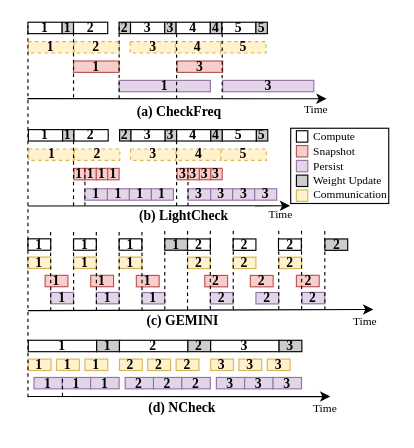
icszhr/NCheck keeps this draw.io diagram as fig/pipeline_mot_new.drawio. Above is the earlier version. Source tidied: cells renumbered, new cells numbered last; positions are measured from the earlier drawing's top-left corner, leaving out a move shared by most shapes. Both pictures are drawn from the tidied source at 114%, with x=0, y=0 at pixel (27, 22).
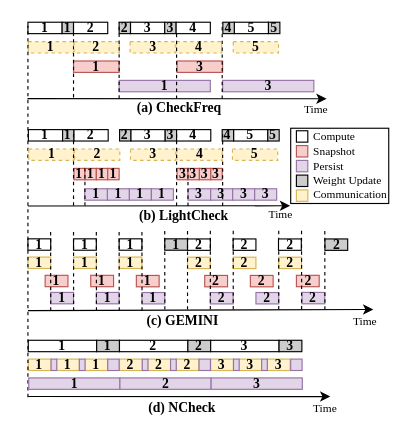
After the change.

Diff of the diagram source:
```diff
@@
     <mxCell id="2" value="4" style="whiteSpace=wrap;fillColor=#fff2cc;fontSize=12;fontFamily=Times New Roman;fontStyle=1;spacing=0;strokeColor=#d6b656;dashed=1;" parent="1" vertex="1">
-      <mxGeometry x="129.3" y="17" width="39.7" height="10" as="geometry" />
+      <mxGeometry x="130.3" y="17" width="39.7" height="10" as="geometry" />
     </mxCell>
@@
     <mxCell id="19" value="&lt;b&gt;(a) CheckFreq&lt;/b&gt;" style="text;html=1;align=center;verticalAlign=middle;whiteSpace=wrap;rounded=0;fontFamily=Times New Roman;fontSize=12;fontStyle=0;labelPosition=center;verticalLabelPosition=middle;spacing=0;" parent="1" vertex="1">
-      <mxGeometry x="80" y="64.2" width="106.3" height="30" as="geometry" />
+      <mxGeometry x="80" y="60.2" width="106.3" height="30" as="geometry" />
     </mxCell>
@@
-    <mxCell id="73" value="1" style="whiteSpace=wrap;fillColor=#e1d5e7;fontSize=12;fontFamily=Times New Roman;fontStyle=1;labelPosition=center;verticalLabelPosition=middle;align=center;verticalAlign=middle;spacing=0;strokeColor=#9673a6;" parent="1" vertex="1">
-      <mxGeometry x="5.3" y="311.6" width="25" height="10" as="geometry" />
-    </mxCell>
-    <mxCell id="74" value="1" style="whiteSpace=wrap;fillColor=#e1d5e7;fontSize=12;fontFamily=Times New Roman;fontStyle=1;labelPosition=center;verticalLabelPosition=middle;align=center;verticalAlign=middle;spacing=0;strokeColor=#9673a6;" parent="1" vertex="1">
-      <mxGeometry x="30.1" y="311.6" width="25" height="10" as="geometry" />
-    </mxCell>
-    <mxCell id="75" value="1" style="whiteSpace=wrap;fillColor=#e1d5e7;fontSize=12;fontFamily=Times New Roman;fontStyle=1;labelPosition=center;verticalLabelPosition=middle;align=center;verticalAlign=middle;spacing=0;strokeColor=#9673a6;" parent="1" vertex="1">
-      <mxGeometry x="55" y="311.6" width="25" height="10" as="geometry" />
-    </mxCell>
-    <mxCell id="76" style="endArrow=none;html=1;rounded=0;dashed=1;" parent="1" edge="1">
-      <mxGeometry relative="1" as="geometry">
-        <mxPoint x="30.3" y="328" as="sourcePoint" />
-        <mxPoint x="30.3" y="311" as="targetPoint" />
-      </mxGeometry>
-    </mxCell>
@@
-    <mxCell id="81" value="2" style="whiteSpace=wrap;fillColor=#e1d5e7;fontSize=12;fontFamily=Times New Roman;fontStyle=1;labelPosition=center;verticalLabelPosition=middle;align=center;verticalAlign=middle;spacing=0;strokeColor=#9673a6;" parent="1" vertex="1">
-      <mxGeometry x="85.3" y="311.6" width="25" height="10" as="geometry" />
-    </mxCell>
-    <mxCell id="82" value="2" style="whiteSpace=wrap;fillColor=#e1d5e7;fontSize=12;fontFamily=Times New Roman;fontStyle=1;labelPosition=center;verticalLabelPosition=middle;align=center;verticalAlign=middle;spacing=0;strokeColor=#9673a6;" parent="1" vertex="1">
-      <mxGeometry x="110.1" y="311.6" width="25" height="10" as="geometry" />
-    </mxCell>
-    <mxCell id="83" value="2" style="whiteSpace=wrap;fillColor=#e1d5e7;fontSize=12;fontFamily=Times New Roman;fontStyle=1;labelPosition=center;verticalLabelPosition=middle;align=center;verticalAlign=middle;spacing=0;strokeColor=#9673a6;" parent="1" vertex="1">
-      <mxGeometry x="135" y="311.6" width="25" height="10" as="geometry" />
-    </mxCell>
@@
-    <mxCell id="88" value="3" style="whiteSpace=wrap;fillColor=#e1d5e7;fontSize=12;fontFamily=Times New Roman;fontStyle=1;labelPosition=center;verticalLabelPosition=middle;align=center;verticalAlign=middle;spacing=0;strokeColor=#9673a6;" parent="1" vertex="1">
-      <mxGeometry x="165.3" y="311.6" width="25" height="10" as="geometry" />
-    </mxCell>
-    <mxCell id="89" value="3" style="whiteSpace=wrap;fillColor=#e1d5e7;fontSize=12;fontFamily=Times New Roman;fontStyle=1;labelPosition=center;verticalLabelPosition=middle;align=center;verticalAlign=middle;spacing=0;strokeColor=#9673a6;" parent="1" vertex="1">
-      <mxGeometry x="190.1" y="311.6" width="25" height="10" as="geometry" />
-    </mxCell>
-    <mxCell id="90" value="3" style="whiteSpace=wrap;fillColor=#e1d5e7;fontSize=12;fontFamily=Times New Roman;fontStyle=1;labelPosition=center;verticalLabelPosition=middle;align=center;verticalAlign=middle;spacing=0;strokeColor=#9673a6;" parent="1" vertex="1">
-      <mxGeometry x="215" y="311.6" width="25" height="10" as="geometry" />
-    </mxCell>
@@
     <mxCell id="100" value="5" style="whiteSpace=wrap;fontFamily=Times New Roman;fontSize=12;fontStyle=1;labelPosition=center;verticalLabelPosition=middle;align=center;verticalAlign=middle;spacing=0;" parent="1" vertex="1">
-      <mxGeometry x="170" width="30" height="10" as="geometry" />
+      <mxGeometry x="181" width="30" height="10" as="geometry" />
     </mxCell>
     <mxCell id="101" value="5" style="whiteSpace=wrap;fontFamily=Times New Roman;fontSize=12;fontStyle=1;labelPosition=center;verticalLabelPosition=middle;align=center;verticalAlign=middle;spacing=0;fillColor=#CCCCCC;" parent="1" vertex="1">
-      <mxGeometry x="200" width="10" height="10" as="geometry" />
+      <mxGeometry x="211" width="10" height="10" as="geometry" />
     </mxCell>
     <mxCell id="102" value="4" style="whiteSpace=wrap;fontSize=12;fontFamily=Times New Roman;fontStyle=1;labelPosition=center;verticalLabelPosition=middle;align=center;verticalAlign=middle;spacing=0;fillColor=#CCCCCC;" parent="1" vertex="1">
-      <mxGeometry x="160" width="10" height="10" as="geometry" />
+      <mxGeometry x="171" width="10" height="10" as="geometry" />
     </mxCell>
@@
     <mxCell id="104" value="5" style="whiteSpace=wrap;fillColor=#fff2cc;fontSize=12;fontFamily=Times New Roman;fontStyle=1;spacing=0;strokeColor=#d6b656;dashed=1;" parent="1" vertex="1">
-      <mxGeometry x="169.1" y="17" width="39.7" height="10" as="geometry" />
+      <mxGeometry x="180.1" y="17" width="39.7" height="10" as="geometry" />
     </mxCell>
     <mxCell id="105" value="4" style="whiteSpace=wrap;fillColor=#fff2cc;fontSize=12;fontFamily=Times New Roman;fontStyle=1;spacing=0;strokeColor=#d6b656;dashed=1;" parent="1" vertex="1">
-      <mxGeometry x="129.7" y="111.2" width="39.7" height="10" as="geometry" />
+      <mxGeometry x="130.7" y="111.2" width="39.7" height="10" as="geometry" />
     </mxCell>
@@
     <mxCell id="118" value="5" style="whiteSpace=wrap;fontFamily=Times New Roman;fontSize=12;fontStyle=1;labelPosition=center;verticalLabelPosition=middle;align=center;verticalAlign=middle;spacing=0;" parent="1" vertex="1">
-      <mxGeometry x="170.4" y="94.2" width="30" height="10" as="geometry" />
+      <mxGeometry x="180.4" y="94.2" width="30" height="10" as="geometry" />
     </mxCell>
     <mxCell id="119" value="5" style="whiteSpace=wrap;fontFamily=Times New Roman;fontSize=12;fontStyle=1;labelPosition=center;verticalLabelPosition=middle;align=center;verticalAlign=middle;spacing=0;fillColor=#CCCCCC;" parent="1" vertex="1">
-      <mxGeometry x="200.4" y="94.2" width="10" height="10" as="geometry" />
+      <mxGeometry x="210.4" y="94.2" width="10" height="10" as="geometry" />
     </mxCell>
     <mxCell id="120" value="4" style="whiteSpace=wrap;fontSize=12;fontFamily=Times New Roman;fontStyle=1;labelPosition=center;verticalLabelPosition=middle;align=center;verticalAlign=middle;spacing=0;fillColor=#CCCCCC;" parent="1" vertex="1">
-      <mxGeometry x="160.4" y="94.2" width="10" height="10" as="geometry" />
+      <mxGeometry x="170.4" y="94.2" width="10" height="10" as="geometry" />
     </mxCell>
@@
     <mxCell id="122" value="5" style="whiteSpace=wrap;fillColor=#fff2cc;fontSize=12;fontFamily=Times New Roman;fontStyle=1;spacing=0;strokeColor=#d6b656;dashed=1;" parent="1" vertex="1">
-      <mxGeometry x="169.4" y="111.2" width="39.7" height="10" as="geometry" />
+      <mxGeometry x="179.4" y="111.2" width="39.7" height="10" as="geometry" />
     </mxCell>
@@
+    <mxCell id="147" style="whiteSpace=wrap;fillColor=#e1d5e7;fontSize=12;fontFamily=Times New Roman;fontStyle=1;labelPosition=center;verticalLabelPosition=middle;align=center;verticalAlign=middle;spacing=0;strokeColor=#9673a6;" parent="1" vertex="1">
+      <mxGeometry x="20.3" y="295.5" width="5" height="10" as="geometry" />
+    </mxCell>
+    <mxCell id="148" style="whiteSpace=wrap;fillColor=#e1d5e7;fontSize=12;fontFamily=Times New Roman;fontStyle=1;labelPosition=center;verticalLabelPosition=middle;align=center;verticalAlign=middle;spacing=0;strokeColor=#9673a6;" parent="1" vertex="1">
+      <mxGeometry x="45.1" y="295.5" width="5" height="10" as="geometry" />
+    </mxCell>
+    <mxCell id="149" style="whiteSpace=wrap;fillColor=#e1d5e7;fontSize=12;fontFamily=Times New Roman;fontStyle=1;labelPosition=center;verticalLabelPosition=middle;align=center;verticalAlign=middle;spacing=0;strokeColor=#9673a6;" parent="1" vertex="1">
+      <mxGeometry x="70" y="295.5" width="10" height="10" as="geometry" />
+    </mxCell>
+    <mxCell id="150" style="whiteSpace=wrap;fillColor=#e1d5e7;fontSize=12;fontFamily=Times New Roman;fontStyle=1;labelPosition=center;verticalLabelPosition=middle;align=center;verticalAlign=middle;spacing=0;strokeColor=#9673a6;" parent="1" vertex="1">
+      <mxGeometry x="150.1" y="295.5" width="10" height="10" as="geometry" />
+    </mxCell>
+    <mxCell id="151" style="whiteSpace=wrap;fillColor=#e1d5e7;fontSize=12;fontFamily=Times New Roman;fontStyle=1;labelPosition=center;verticalLabelPosition=middle;align=center;verticalAlign=middle;spacing=0;strokeColor=#9673a6;" parent="1" vertex="1">
+      <mxGeometry x="230.5" y="295.5" width="10" height="10" as="geometry" />
+    </mxCell>
+    <mxCell id="152" style="whiteSpace=wrap;fillColor=#e1d5e7;fontSize=12;fontFamily=Times New Roman;fontStyle=1;labelPosition=center;verticalLabelPosition=middle;align=center;verticalAlign=middle;spacing=0;strokeColor=#9673a6;" parent="1" vertex="1">
+      <mxGeometry x="100.3" y="295.5" width="5" height="10" as="geometry" />
+    </mxCell>
+    <mxCell id="153" style="whiteSpace=wrap;fillColor=#e1d5e7;fontSize=12;fontFamily=Times New Roman;fontStyle=1;labelPosition=center;verticalLabelPosition=middle;align=center;verticalAlign=middle;spacing=0;strokeColor=#9673a6;" parent="1" vertex="1">
+      <mxGeometry x="125.1" y="295.5" width="5" height="10" as="geometry" />
+    </mxCell>
+    <mxCell id="154" style="whiteSpace=wrap;fillColor=#e1d5e7;fontSize=12;fontFamily=Times New Roman;fontStyle=1;labelPosition=center;verticalLabelPosition=middle;align=center;verticalAlign=middle;spacing=0;strokeColor=#9673a6;" parent="1" vertex="1">
+      <mxGeometry x="180.3" y="295.5" width="5" height="10" as="geometry" />
+    </mxCell>
+    <mxCell id="155" style="whiteSpace=wrap;fillColor=#e1d5e7;fontSize=12;fontFamily=Times New Roman;fontStyle=1;labelPosition=center;verticalLabelPosition=middle;align=center;verticalAlign=middle;spacing=0;strokeColor=#9673a6;" parent="1" vertex="1">
+      <mxGeometry x="205" y="295.5" width="5" height="10" as="geometry" />
+    </mxCell>
+    <mxCell id="156" value="1" style="whiteSpace=wrap;fillColor=#e1d5e7;fontFamily=Times New Roman;fontSize=12;fontStyle=1;labelPosition=center;verticalLabelPosition=middle;align=center;verticalAlign=middle;spacing=0;strokeColor=#9673a6;" parent="1" vertex="1">
+      <mxGeometry x="0.7" y="312" width="80" height="10" as="geometry" />
+    </mxCell>
+    <mxCell id="157" value="2" style="whiteSpace=wrap;fillColor=#e1d5e7;fontFamily=Times New Roman;fontSize=12;fontStyle=1;labelPosition=center;verticalLabelPosition=middle;align=center;verticalAlign=middle;spacing=0;strokeColor=#9673a6;" parent="1" vertex="1">
+      <mxGeometry x="80.7" y="312" width="80" height="10" as="geometry" />
+    </mxCell>
+    <mxCell id="158" value="3" style="whiteSpace=wrap;fillColor=#e1d5e7;fontFamily=Times New Roman;fontSize=12;fontStyle=1;labelPosition=center;verticalLabelPosition=middle;align=center;verticalAlign=middle;spacing=0;strokeColor=#9673a6;" parent="1" vertex="1">
+      <mxGeometry x="160.7" y="312" width="80" height="10" as="geometry" />
+    </mxCell>
+    <mxCell id="159" style="endArrow=none;html=1;rounded=0;dashed=1;" parent="1" edge="1">
+      <mxGeometry relative="1" as="geometry">
+        <mxPoint x="170.8" y="161.2" as="sourcePoint" />
+        <mxPoint x="170.8" y="95.2" as="targetPoint" />
+      </mxGeometry>
+    </mxCell>
```
